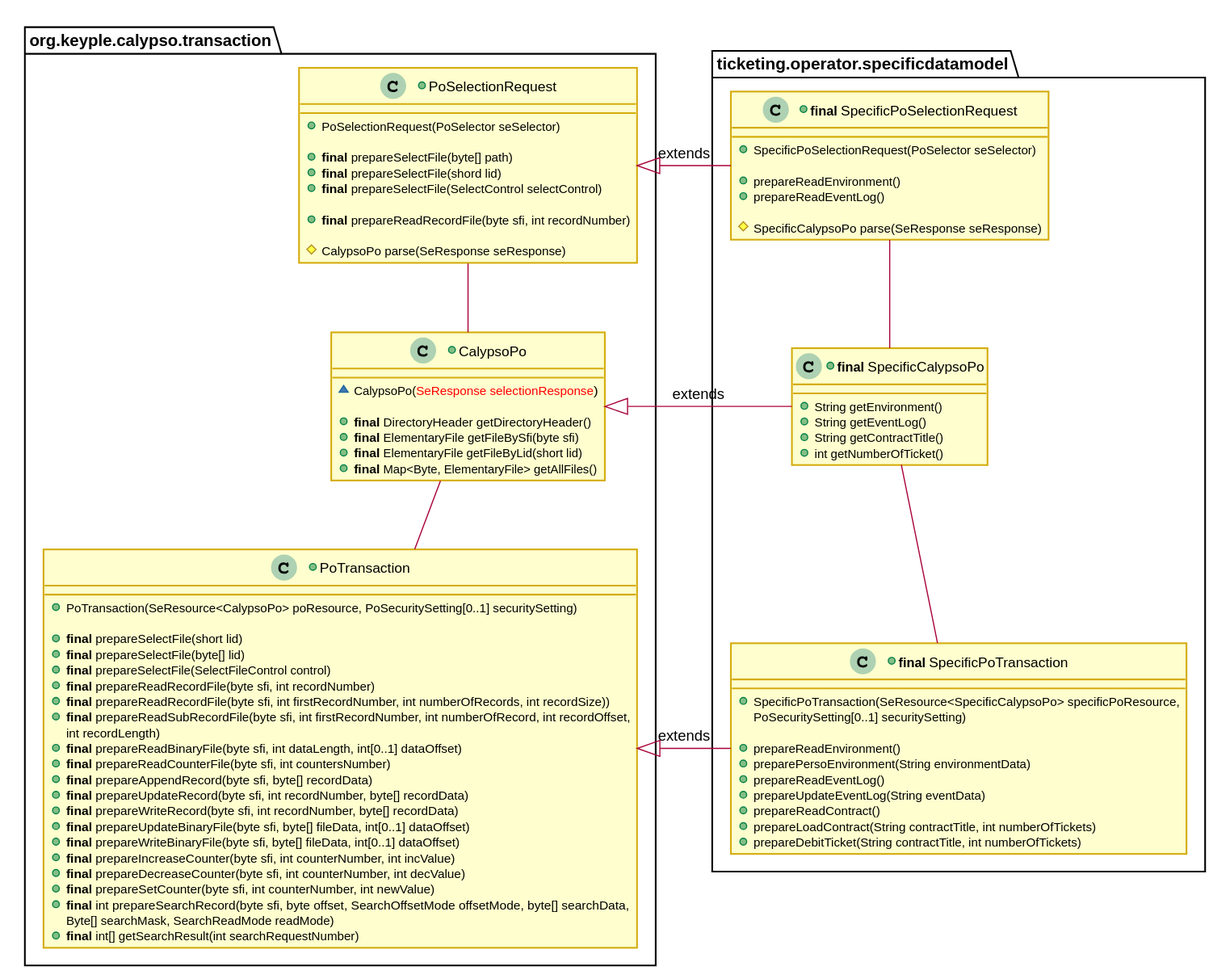
Before: docs/KeypleCalypsoApi/img/KeypleCalypso_Transaction_ClassDiag_SpecificPoTransaction_1_0_0.svg, a diagram exported from PlantUML (calypsonet/keyple). Its diagram source:
```plantuml
@startuml
skinparam ClassBorderColor #D4AC0D
skinparam stereotypeABorderColor #A9DCDF
skinparam stereotypeIBorderColor #B4A7E5
skinparam stereotypeCBorderColor #ADD1B2
skinparam stereotypeEBorderColor #EB93DF
skinparam shadowing false

skinparam StateBorderColor #D4AC0D
skinparam ActivityBorderColor #D4AC0D

skinparam ClassBackgroundColor<<red>> #FDEDEC
skinparam ClassBorderColor<<red>> #E74C3C
hide <<red>> stereotype
skinparam ClassBackgroundColor<<purple>> #F4ECF7
skinparam ClassBorderColor<<purple>> #8E44AD
hide <<purple>> stereotype
skinparam ClassBackgroundColor<<blue>> #EBF5FB
skinparam ClassBorderColor<<blue>> #3498DB
hide <<blue>> stereotype
skinparam ClassBackgroundColor<<green>> #EAFAF1
skinparam ClassBorderColor<<green>> #2ECC71
hide <<green>> stereotype

skinparam ClassBackgroundColor<<orange>> #FDF2E9
skinparam ClassBorderColor<<orange>> #E67E22
hide <<orange>> stereotype

skinparam ClassBackgroundColor<<grey>> #EAECEE
skinparam ClassBorderColor<<grey>> #2C3E50
hide <<grey>> stereotype

package org.keyple.calypso.transaction #FFFFFF {

+class PoSelectionRequest {
  +PoSelectionRequest(PoSelector seSelector)

  +<b>final</b> prepareSelectFile(byte[] path)
  +<b>final</b> prepareSelectFile(shord lid)
  +<b>final</b> prepareSelectFile(SelectControl selectControl)

  +<b>final</b> prepareReadRecordFile(byte sfi, int recordNumber)

  #CalypsoPo parse(SeResponse seResponse)
}

+class CalypsoPo {
  ~CalypsoPo(<color:red>SeResponse selectionResponse</color>)

  +<b>final</b> DirectoryHeader getDirectoryHeader()
  +<b>final</b> ElementaryFile getFileBySfi(byte sfi)
  +<b>final</b> ElementaryFile getFileByLid(short lid)
  +<b>final</b> Map<Byte, ElementaryFile> getAllFiles()
}

+class PoTransaction {
  +PoTransaction(SeResource<CalypsoPo> poResource, PoSecuritySetting[0..1] securitySetting)

  +<b>final</b> prepareSelectFile(short lid)
  +<b>final</b> prepareSelectFile(byte[] lid)
  +<b>final</b> prepareSelectFile(SelectFileControl control)
  +<b>final</b> prepareReadRecordFile(byte sfi, int recordNumber)
  +<b>final</b> prepareReadRecordFile(byte sfi, int firstRecordNumber, int numberOfRecords, int recordSize))
  +<b>final</b> prepareReadSubRecordFile(byte sfi, int firstRecordNumber, int numberOfRecord, int recordOffset,
    int recordLength)
  +<b>final</b> prepareReadBinaryFile(byte sfi, int dataLength, int[0..1] dataOffset)
  +<b>final</b> prepareReadCounterFile(byte sfi, int countersNumber)
  +<b>final</b> prepareAppendRecord(byte sfi, byte[] recordData)
  +<b>final</b> prepareUpdateRecord(byte sfi, int recordNumber, byte[] recordData)
  +<b>final</b> prepareWriteRecord(byte sfi, int recordNumber, byte[] recordData)
  +<b>final</b> prepareUpdateBinaryFile(byte sfi, byte[] fileData, int[0..1] dataOffset)
  +<b>final</b> prepareWriteBinaryFile(byte sfi, byte[] fileData, int[0..1] dataOffset)
  +<b>final</b> prepareIncreaseCounter(byte sfi, int counterNumber, int incValue)
  +<b>final</b> prepareDecreaseCounter(byte sfi, int counterNumber, int decValue)
  +<b>final</b> prepareSetCounter(byte sfi, int counterNumber, int newValue)
  +<b>final</b> int prepareSearchRecord(byte sfi, byte offset, SearchOffsetMode offsetMode, byte[] searchData,
    Byte[] searchMask, SearchReadMode readMode)
  +<b>final</b> int[] getSearchResult(int searchRequestNumber)
}

PoSelectionRequest -down- CalypsoPo
CalypsoPo -down- PoTransaction
}

package ticketing.operator.specificdatamodel #FFFFFF {

+class "<b>final</b> SpecificPoSelectionRequest" as SpecificPoSelectionRequest {
  +SpecificPoSelectionRequest(PoSelector seSelector)

  +prepareReadEnvironment()
  +prepareReadEventLog()

  #SpecificCalypsoPo parse(SeResponse seResponse)
}

+class "<b>final</b> SpecificCalypsoPo" as SpecificCalypsoPo {
  +String getEnvironment()
  +String getEventLog()
  +String getContractTitle()
  +int getNumberOfTicket()
}

+class "<b>final</b> SpecificPoTransaction" as SpecificPoTransaction {
  +SpecificPoTransaction(SeResource<SpecificCalypsoPo> specificPoResource,
    PoSecuritySetting[0..1] securitySetting)

  +prepareReadEnvironment()
  +preparePersoEnvironment(String environmentData)
  +prepareReadEventLog()
  +prepareUpdateEventLog(String eventData)
  +prepareReadContract()
  +prepareLoadContract(String contractTitle, int numberOfTickets)
  +prepareDebitTicket(String contractTitle, int numberOfTickets)
}

SpecificPoSelectionRequest -down- SpecificCalypsoPo
SpecificCalypsoPo -down- SpecificPoTransaction
}

PoSelectionRequest <|-right- SpecificPoSelectionRequest : extends
CalypsoPo <|-right- SpecificCalypsoPo : extends
PoTransaction <|-right- SpecificPoTransaction : extends
@enduml
```
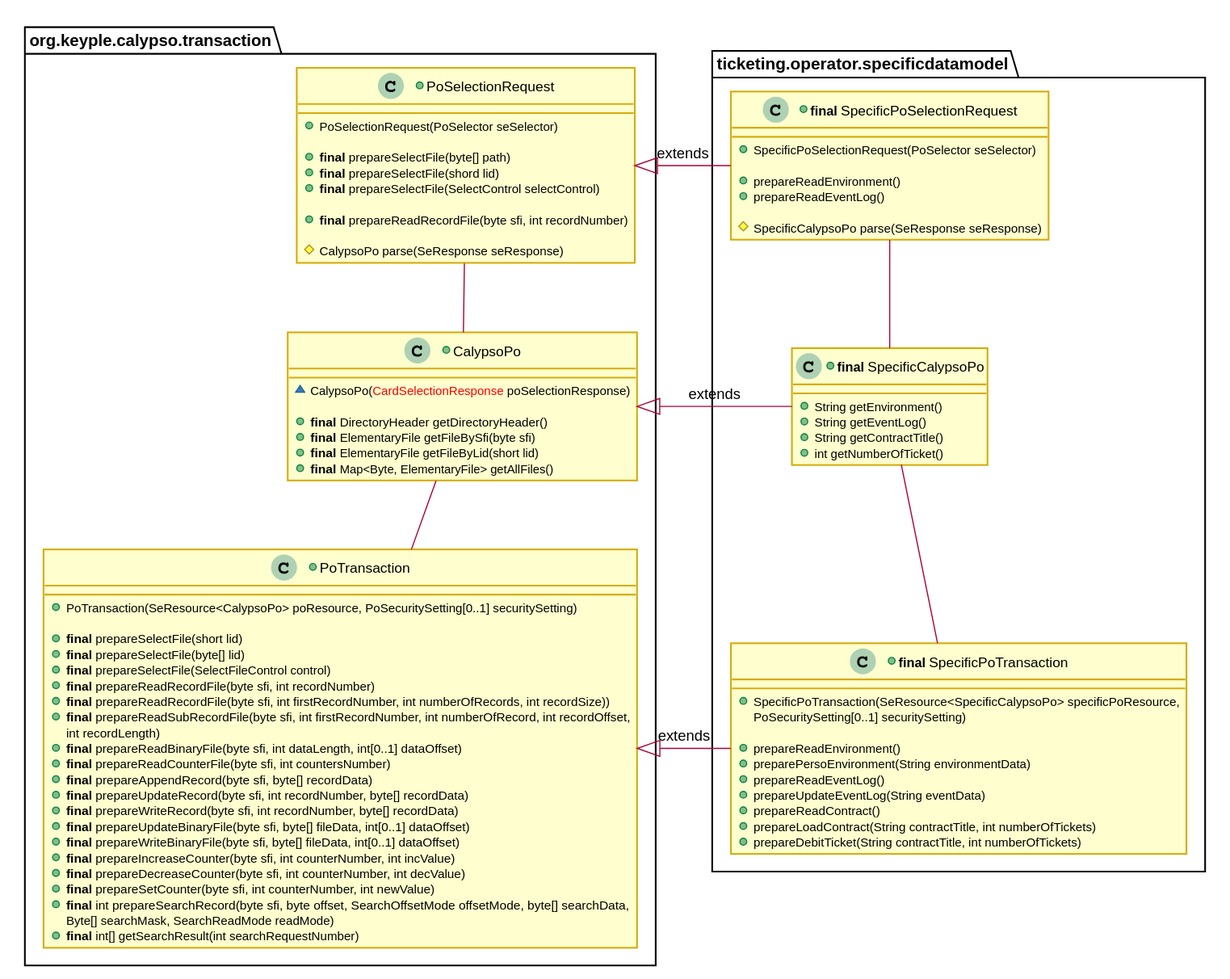
Above is the later version.

Commit message:
Rename Calypso Selection

The edit, as a diff of the source:
```diff
@@ -45,7 +45,7 @@
 }
 
 +class CalypsoPo {
-  ~CalypsoPo(<color:red>SeResponse selectionResponse</color>)
+  ~CalypsoPo(<color:red>CardSelectionResponse</color> poSelectionResponse)
 
   +<b>final</b> DirectoryHeader getDirectoryHeader()
   +<b>final</b> ElementaryFile getFileBySfi(byte sfi)
```
